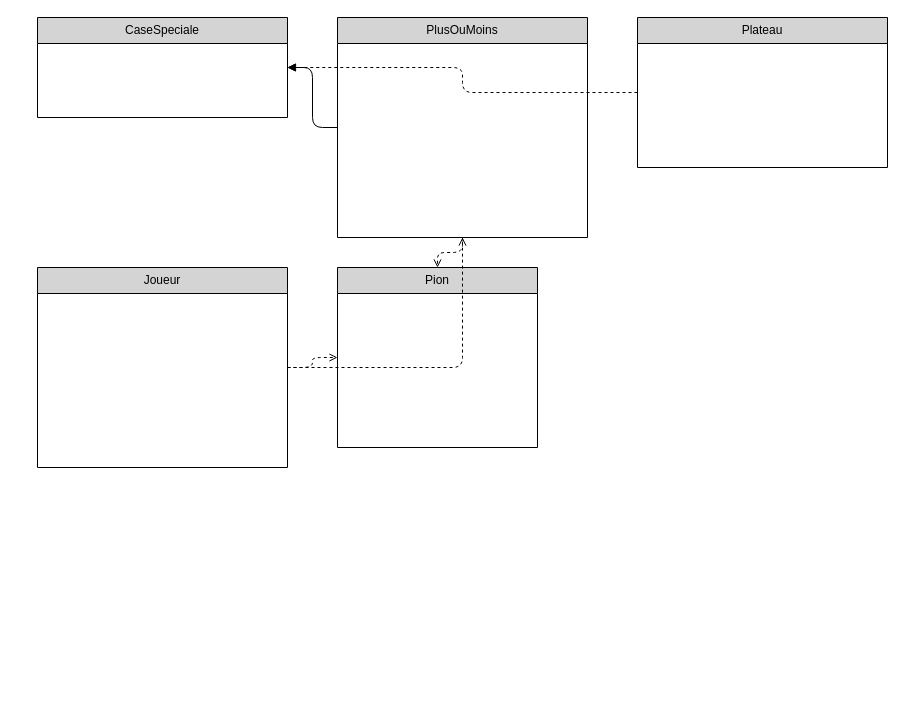
Earlier version of the draw.io diagram DiagrammeDeClasse_FlorianCompaore.drawio (compaoreflorian/LesPirates). Source tidied: cells renumbered, new cells numbered last; positions are measured from the earlier drawing's top-left corner, leaving out a move shared by most shapes. Both pictures are drawn from the tidied source at 100%, with x=0, y=0 at pixel (37, 17).
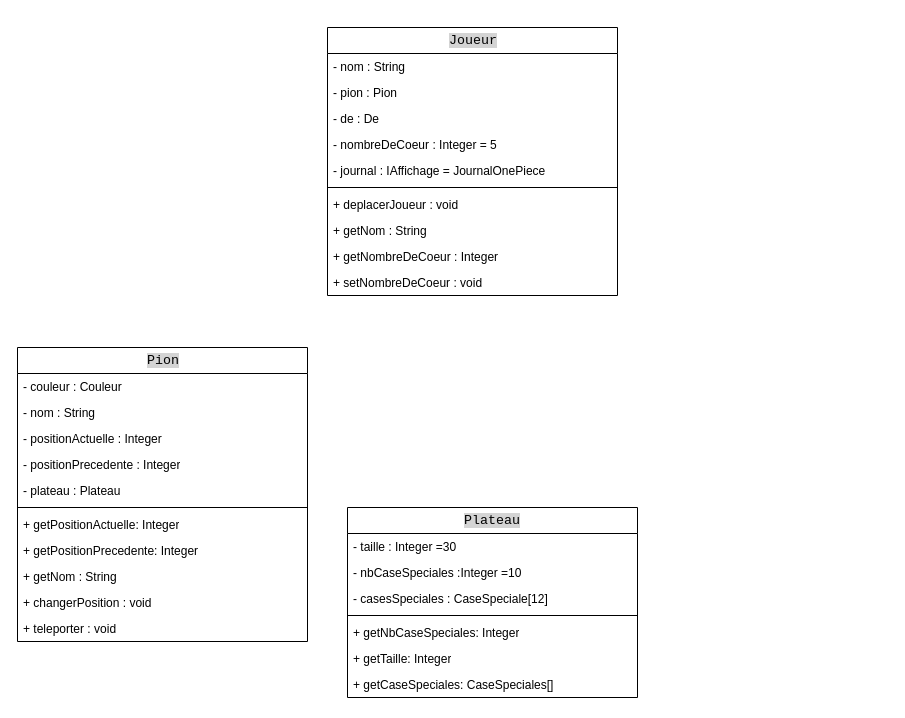
After the change.

What changed in the source:
```diff
@@
-    <mxCell id="2" value="CaseSpeciale" style="swimlane;fontStyle=0;horizontal=1;startSize=26;fillColor=#d4d4d4;whiteSpace=wrap;html=1;" parent="1" vertex="1">
-      <mxGeometry width="250" height="100" as="geometry" />
-    </mxCell>
-    <mxCell id="3" value="PlusOuMoins" style="swimlane;fontStyle=0;horizontal=1;startSize=26;fillColor=#d4d4d4;whiteSpace=wrap;html=1;" parent="1" vertex="1">
-      <mxGeometry x="300" width="250" height="220" as="geometry" />
-    </mxCell>
-    <mxCell id="4" value="Joueur" style="swimlane;fontStyle=0;horizontal=1;startSize=26;fillColor=#d4d4d4;whiteSpace=wrap;html=1;" parent="1" vertex="1">
-      <mxGeometry y="250" width="250" height="200" as="geometry" />
+    <mxCell id="4" value="&lt;span style=&quot;background-color:#ffffff;padding:0px 0px 0px 2px;&quot;&gt;&lt;span style=&quot;font-family: Consolas; font-size: 10pt; white-space: pre;&quot;&gt;&lt;span style=&quot;background-color: rgb(212, 212, 212);&quot;&gt;Joueur&lt;/span&gt;&lt;/span&gt;&lt;/span&gt;" style="swimlane;fontStyle=0;horizontal=1;startSize=26;fillColor=none;whiteSpace=wrap;html=1;" parent="1" vertex="1">
+      <mxGeometry x="290" y="10" width="290" height="268" as="geometry" />
     </mxCell>
+    <mxCell id="12" value="- nom : String" style="text;strokeColor=none;fillColor=none;align=left;verticalAlign=top;spacingLeft=4;spacingRight=4;overflow=hidden;whiteSpace=wrap;html=1;" parent="4" vertex="1">
+      <mxGeometry y="26" width="290" height="26" as="geometry" />
+    </mxCell>
+    <mxCell id="13" value="- pion : Pion" style="text;strokeColor=none;fillColor=none;align=left;verticalAlign=top;spacingLeft=4;spacingRight=4;overflow=hidden;whiteSpace=wrap;html=1;" parent="4" vertex="1">
+      <mxGeometry y="52" width="290" height="26" as="geometry" />
+    </mxCell>
+    <mxCell id="14" value="- de : De" style="text;strokeColor=none;fillColor=none;align=left;verticalAlign=top;spacingLeft=4;spacingRight=4;overflow=hidden;whiteSpace=wrap;html=1;" parent="4" vertex="1">
+      <mxGeometry y="78" width="290" height="26" as="geometry" />
+    </mxCell>
+    <mxCell id="15" value="- nombreDeCoeur : Integer = 5" style="text;strokeColor=none;fillColor=none;align=left;verticalAlign=top;spacingLeft=4;spacingRight=4;overflow=hidden;whiteSpace=wrap;html=1;" parent="4" vertex="1">
+      <mxGeometry y="104" width="290" height="26" as="geometry" />
+    </mxCell>
+    <mxCell id="16" value="- journal : IAffichage = JournalOnePiece" style="text;strokeColor=none;fillColor=none;align=left;verticalAlign=top;spacingLeft=4;spacingRight=4;overflow=hidden;whiteSpace=wrap;html=1;" parent="4" vertex="1">
+      <mxGeometry y="130" width="290" height="26" as="geometry" />
+    </mxCell>
+    <mxCell id="17" style="line;strokeWidth=1;fillColor=none;align=left;verticalAlign=middle;spacingTop=-1;spacingLeft=3;spacingRight=3;labelPosition=right;strokeColor=inherit;" parent="4" vertex="1">
+      <mxGeometry y="156" width="290" height="8" as="geometry" />
+    </mxCell>
+    <mxCell id="18" value="+ deplacerJoueur : void" style="text;strokeColor=none;fillColor=none;align=left;verticalAlign=top;spacingLeft=4;spacingRight=4;overflow=hidden;whiteSpace=wrap;html=1;" parent="4" vertex="1">
+      <mxGeometry y="164" width="290" height="26" as="geometry" />
+    </mxCell>
+    <mxCell id="19" value="+ getNom : String" style="text;strokeColor=none;fillColor=none;align=left;verticalAlign=top;spacingLeft=4;spacingRight=4;overflow=hidden;whiteSpace=wrap;html=1;" parent="4" vertex="1">
+      <mxGeometry y="190" width="290" height="26" as="geometry" />
+    </mxCell>
+    <mxCell id="20" value="+ getNombreDeCoeur : Integer" style="text;strokeColor=none;fillColor=none;align=left;verticalAlign=top;spacingLeft=4;spacingRight=4;overflow=hidden;whiteSpace=wrap;html=1;" parent="4" vertex="1">
+      <mxGeometry y="216" width="290" height="26" as="geometry" />
+    </mxCell>
+    <mxCell id="21" value="+ setNombreDeCoeur : void" style="text;strokeColor=none;fillColor=none;align=left;verticalAlign=top;spacingLeft=4;spacingRight=4;overflow=hidden;whiteSpace=wrap;html=1;" parent="4" vertex="1">
+      <mxGeometry y="242" width="290" height="26" as="geometry" />
+    </mxCell>
-    <mxCell id="5" value="Pion" style="swimlane;fontStyle=0;horizontal=1;startSize=26;fillColor=#d4d4d4;whiteSpace=wrap;html=1;" parent="1" vertex="1">
-      <mxGeometry x="300" y="250" width="200" height="180" as="geometry" />
+    <mxCell id="5" value="&lt;span style=&quot;background-color:#ffffff;padding:0px 0px 0px 2px;&quot;&gt;&lt;span style=&quot;color:#000000;background-color:#ffffff;font-family:&amp;quot;Consolas&amp;quot;;font-size:10pt;white-space:pre;&quot;&gt;&lt;span style=&quot;color:#000000;&quot;&gt;&lt;/span&gt;&lt;span style=&quot;color:#000000;background-color:#d4d4d4;&quot;&gt;Pion&lt;/span&gt;&lt;/span&gt;&lt;/span&gt;" style="swimlane;fontStyle=0;horizontal=1;startSize=26;fillColor=none;whiteSpace=wrap;html=1;" parent="1" vertex="1">
+      <mxGeometry x="-20" y="330" width="290" height="294" as="geometry" />
     </mxCell>
+    <mxCell id="22" value="- couleur : Couleur" style="text;strokeColor=none;fillColor=none;align=left;verticalAlign=top;spacingLeft=4;spacingRight=4;overflow=hidden;whiteSpace=wrap;html=1;" parent="5" vertex="1">
+      <mxGeometry y="26" width="290" height="26" as="geometry" />
+    </mxCell>
+    <mxCell id="23" value="- nom : String" style="text;strokeColor=none;fillColor=none;align=left;verticalAlign=top;spacingLeft=4;spacingRight=4;overflow=hidden;whiteSpace=wrap;html=1;" parent="5" vertex="1">
+      <mxGeometry y="52" width="290" height="26" as="geometry" />
+    </mxCell>
+    <mxCell id="24" value="- positionActuelle : Integer&amp;nbsp;" style="text;strokeColor=none;fillColor=none;align=left;verticalAlign=top;spacingLeft=4;spacingRight=4;overflow=hidden;whiteSpace=wrap;html=1;" parent="5" vertex="1">
+      <mxGeometry y="78" width="290" height="26" as="geometry" />
+    </mxCell>
+    <mxCell id="25" value="- positionPrecedente : Integer" style="text;strokeColor=none;fillColor=none;align=left;verticalAlign=top;spacingLeft=4;spacingRight=4;overflow=hidden;whiteSpace=wrap;html=1;" parent="5" vertex="1">
+      <mxGeometry y="104" width="290" height="26" as="geometry" />
+    </mxCell>
+    <mxCell id="26" value="- plateau : Plateau" style="text;strokeColor=none;fillColor=none;align=left;verticalAlign=top;spacingLeft=4;spacingRight=4;overflow=hidden;whiteSpace=wrap;html=1;" parent="5" vertex="1">
+      <mxGeometry y="130" width="290" height="26" as="geometry" />
+    </mxCell>
+    <mxCell id="27" style="line;strokeWidth=1;fillColor=none;align=left;verticalAlign=middle;spacingTop=-1;spacingLeft=3;spacingRight=3;labelPosition=right;strokeColor=inherit;" parent="5" vertex="1">
+      <mxGeometry y="156" width="290" height="8" as="geometry" />
+    </mxCell>
+    <mxCell id="28" value="+ getPositionActuelle: Integer" style="text;strokeColor=none;fillColor=none;align=left;verticalAlign=top;spacingLeft=4;spacingRight=4;overflow=hidden;whiteSpace=wrap;html=1;" parent="5" vertex="1">
+      <mxGeometry y="164" width="290" height="26" as="geometry" />
+    </mxCell>
+    <mxCell id="29" value="+ getPositionPrecedente: Integer" style="text;strokeColor=none;fillColor=none;align=left;verticalAlign=top;spacingLeft=4;spacingRight=4;overflow=hidden;whiteSpace=wrap;html=1;" parent="5" vertex="1">
+      <mxGeometry y="190" width="290" height="26" as="geometry" />
+    </mxCell>
+    <mxCell id="30" value="+ getNom : String" style="text;strokeColor=none;fillColor=none;align=left;verticalAlign=top;spacingLeft=4;spacingRight=4;overflow=hidden;whiteSpace=wrap;html=1;" parent="5" vertex="1">
+      <mxGeometry y="216" width="290" height="26" as="geometry" />
+    </mxCell>
+    <mxCell id="31" value="+ changerPosition : void" style="text;strokeColor=none;fillColor=none;align=left;verticalAlign=top;spacingLeft=4;spacingRight=4;overflow=hidden;whiteSpace=wrap;html=1;" parent="5" vertex="1">
+      <mxGeometry y="242" width="290" height="26" as="geometry" />
+    </mxCell>
+    <mxCell id="32" value="+ teleporter : void" style="text;strokeColor=none;fillColor=none;align=left;verticalAlign=top;spacingLeft=4;spacingRight=4;overflow=hidden;whiteSpace=wrap;html=1;" parent="5" vertex="1">
+      <mxGeometry y="268" width="290" height="26" as="geometry" />
+    </mxCell>
-    <mxCell id="6" value="Plateau" style="swimlane;fontStyle=0;horizontal=1;startSize=26;fillColor=#d4d4d4;whiteSpace=wrap;html=1;" parent="1" vertex="1">
-      <mxGeometry x="600" width="250" height="150" as="geometry" />
+    <mxCell id="6" value="&lt;font face=&quot;Consolas&quot;&gt;&lt;span style=&quot;font-size: 13.3333px; white-space: pre; background-color: rgb(212, 212, 212);&quot;&gt;Plateau&lt;/span&gt;&lt;/font&gt;" style="swimlane;fontStyle=0;horizontal=1;startSize=26;fillColor=none;whiteSpace=wrap;html=1;" parent="1" vertex="1">
+      <mxGeometry x="310" y="490" width="290" height="190" as="geometry" />
     </mxCell>
-    <mxCell id="7" style="edgeStyle=orthogonalEdgeStyle;endArrow=block;html=1;strokeColor=#000000;" parent="1" edge="1" source="3" target="2">
-      <mxGeometry relative="1" as="geometry" />
-    </mxCell>
-    <mxCell id="8" style="edgeStyle=orthogonalEdgeStyle;dashed=1;endArrow=open;html=1;" parent="1" edge="1" source="4" target="3">
-      <mxGeometry relative="1" as="geometry" />
-    </mxCell>
-    <mxCell id="9" style="edgeStyle=orthogonalEdgeStyle;dashed=1;endArrow=open;html=1;" parent="1" edge="1" source="3" target="5">
-      <mxGeometry relative="1" as="geometry" />
-    </mxCell>
-    <mxCell id="10" style="edgeStyle=orthogonalEdgeStyle;dashed=1;endArrow=open;html=1;" parent="1" edge="1" source="6" target="2">
-      <mxGeometry relative="1" as="geometry" />
-    </mxCell>
-    <mxCell id="11" style="edgeStyle=orthogonalEdgeStyle;dashed=1;endArrow=open;html=1;" parent="1" edge="1" source="4" target="5">
-      <mxGeometry relative="1" as="geometry" />
-    </mxCell>
+    <mxCell id="33" value="- taille : Integer =30" style="text;strokeColor=none;fillColor=none;align=left;verticalAlign=top;spacingLeft=4;spacingRight=4;overflow=hidden;whiteSpace=wrap;html=1;" parent="6" vertex="1">
+      <mxGeometry y="26" width="290" height="26" as="geometry" />
+    </mxCell>
+    <mxCell id="34" value="- nbCaseSpeciales :Integer =10" style="text;strokeColor=none;fillColor=none;align=left;verticalAlign=top;spacingLeft=4;spacingRight=4;overflow=hidden;whiteSpace=wrap;html=1;" parent="6" vertex="1">
+      <mxGeometry y="52" width="290" height="26" as="geometry" />
+    </mxCell>
+    <mxCell id="35" value="- casesSpeciales : CaseSpeciale[12]" style="text;strokeColor=none;fillColor=none;align=left;verticalAlign=top;spacingLeft=4;spacingRight=4;overflow=hidden;whiteSpace=wrap;html=1;" parent="6" vertex="1">
+      <mxGeometry y="78" width="290" height="26" as="geometry" />
+    </mxCell>
+    <mxCell id="36" style="line;strokeWidth=1;fillColor=none;align=left;verticalAlign=middle;spacingTop=-1;spacingLeft=3;spacingRight=3;labelPosition=right;strokeColor=inherit;" parent="6" vertex="1">
+      <mxGeometry y="104" width="290" height="8" as="geometry" />
+    </mxCell>
+    <mxCell id="37" value="+ getNbCaseSpeciales: Integer" style="text;strokeColor=none;fillColor=none;align=left;verticalAlign=top;spacingLeft=4;spacingRight=4;overflow=hidden;whiteSpace=wrap;html=1;" parent="6" vertex="1">
+      <mxGeometry y="112" width="290" height="26" as="geometry" />
+    </mxCell>
+    <mxCell id="38" value="+ getTaille: Integer" style="text;strokeColor=none;fillColor=none;align=left;verticalAlign=top;spacingLeft=4;spacingRight=4;overflow=hidden;whiteSpace=wrap;html=1;" parent="6" vertex="1">
+      <mxGeometry y="138" width="290" height="26" as="geometry" />
+    </mxCell>
+    <mxCell id="39" value="+ getCaseSpeciales: CaseSpeciales[]" style="text;strokeColor=none;fillColor=none;align=left;verticalAlign=top;spacingLeft=4;spacingRight=4;overflow=hidden;whiteSpace=wrap;html=1;" parent="6" vertex="1">
+      <mxGeometry y="164" width="290" height="26" as="geometry" />
+    </mxCell>
```
